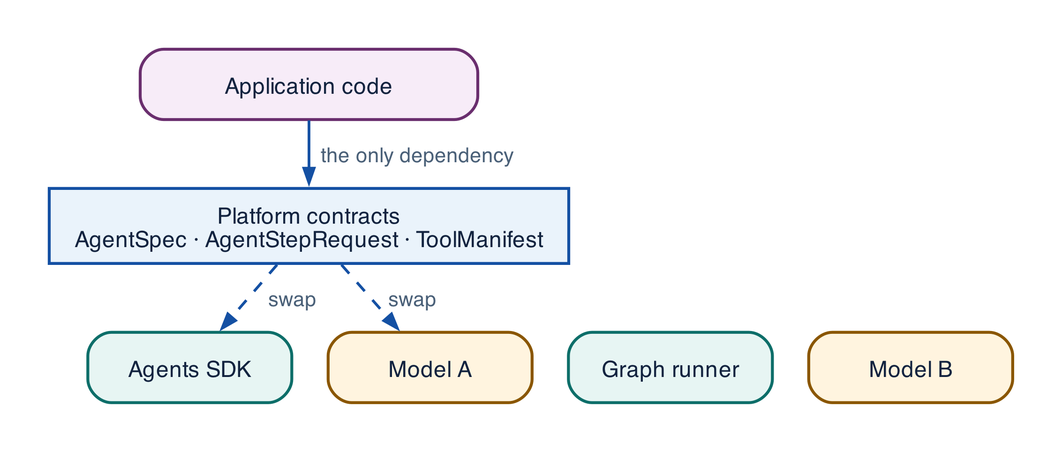
The Graphviz diagram assets/diagrams/portability.png in rrahimi-uci/building-enterprise-general-intelligence, before a commit. Its source is kept beside it as assets/diagrams/src/portability.gv.
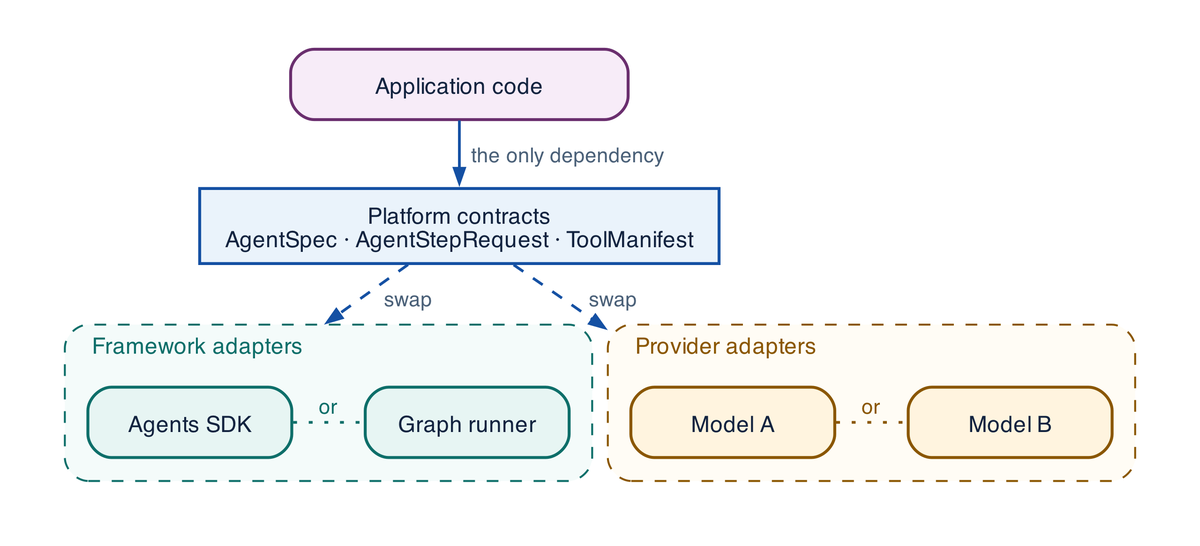
After the change.

Diff of the diagram source:
```diff
@@ -1,6 +1,6 @@
 digraph portability {
   rankdir = TB
-  graph [ranksep=0.34, nodesep=0.26]
+  graph [ranksep=0.34, nodesep=0.26, compound=true]
   node [width=1.45, fontsize=11.5]
 
   app [label="Application code", fillcolor="#F7ECF8", color="#6A2E6E", width=2.4]
@@ -12,17 +12,17 @@
     color="#0D6E69"; style="rounded,dashed"; margin=12; bgcolor="#F4FBFA"
     f1 [label="Agents SDK", fillcolor="#E7F5F3", color="#0D6E69"]
     f2 [label="Graph runner", fillcolor="#E7F5F3", color="#0D6E69"]
+    { rank=same; f1 -> f2 [label=" or ", style=dotted, arrowhead=none, color="#0D6E69", fontcolor="#0D6E69"] }
   }
   subgraph cluster_providers {
     label="  Provider adapters  "; labeljust="l"; fontsize=11.5; fontcolor="#8A5600"
     color="#8A5600"; style="rounded,dashed"; margin=12; bgcolor="#FFFCF5"
     p1 [label="Model A", fillcolor="#FFF4DF", color="#8A5600"]
     p2 [label="Model B", fillcolor="#FFF4DF", color="#8A5600"]
+    { rank=same; p1 -> p2 [label=" or ", style=dotted, arrowhead=none, color="#8A5600", fontcolor="#8A5600"] }
   }
 
   app -> contracts [label="  the only dependency  "]
-  contracts -> f1 [label="  swap  ", style=dashed]
-  contracts -> p1 [label="  swap  ", style=dashed]
-  { rank=same; f1; f2 }
-  { rank=same; p1; p2 }
+  contracts -> f1 [label="  swap  ", style=dashed, lhead=cluster_frameworks]
+  contracts -> p1 [label="  swap  ", style=dashed, lhead=cluster_providers]
 }
```
